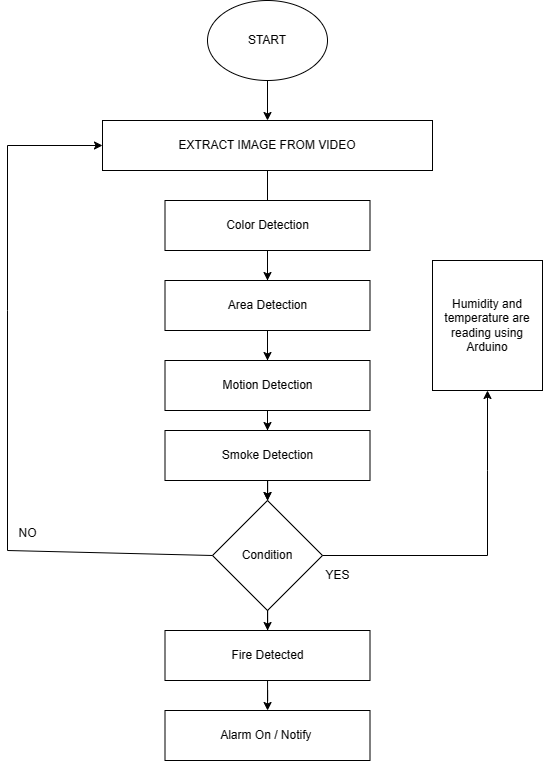
The draw.io diagram Flowchart/fire-detect-flow.drawio.png in NZodasic/Flow_chart_learning, before a commit. Source tidied: cells renumbered, new cells last; positions are measured from the earlier drawing's top-left corner, leaving out a move shared by most shapes.
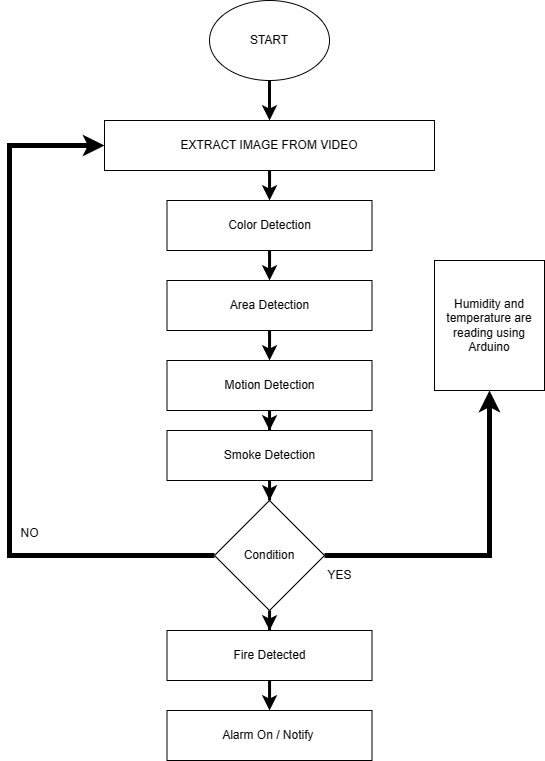
Above is the later version.

The edit, as a diff of the source:
```diff
@@ -2,43 +2,43 @@
   <root>
     <mxCell id="0" />
     <mxCell id="1" parent="0" />
-    <mxCell id="2" style="edgeStyle=orthogonalEdgeStyle;rounded=0;jettySize=auto;html=1;" parent="1" edge="1" source="3" target="5">
+    <mxCell id="2" style="edgeStyle=orthogonalEdgeStyle;rounded=0;jettySize=auto;html=1;strokeWidth=3;" parent="1" edge="1" source="3" target="5">
       <mxGeometry relative="1" as="geometry" />
     </mxCell>
     <mxCell id="3" value="START" style="ellipse;whiteSpace=wrap;html=1;" parent="1" vertex="1">
       <mxGeometry x="200" width="120" height="80" as="geometry" />
     </mxCell>
-    <mxCell id="4" style="edgeStyle=orthogonalEdgeStyle;rounded=0;jettySize=auto;html=1;" parent="1" edge="1" source="5" target="9">
-      <mxGeometry relative="1" as="geometry" />
-    </mxCell>
+    <mxCell id="24" style="edgeStyle=orthogonalEdgeStyle;rounded=0;jettySize=auto;html=1;entryX=0.5;entryY=0;entryDx=0;entryDy=0;strokeWidth=3;" parent="1" edge="1" source="5" target="7">
+      <mxGeometry relative="1" as="geometry" />
+    </mxCell>
     <mxCell id="5" value="EXTRACT IMAGE FROM VIDEO" style="rounded=0;whiteSpace=wrap;html=1;" parent="1" vertex="1">
       <mxGeometry x="95" y="120" width="330" height="50" as="geometry" />
     </mxCell>
-    <mxCell id="6" style="edgeStyle=orthogonalEdgeStyle;rounded=0;jettySize=auto;html=1;" parent="1" edge="1" source="7" target="11">
-      <mxGeometry relative="1" as="geometry" />
-    </mxCell>
+    <mxCell id="25" style="edgeStyle=orthogonalEdgeStyle;rounded=0;jettySize=auto;html=1;entryX=0.5;entryY=0;entryDx=0;entryDy=0;strokeWidth=3;" parent="1" edge="1" source="7" target="9">
+      <mxGeometry relative="1" as="geometry" />
+    </mxCell>
     <mxCell id="7" value="Color Detection" style="rounded=0;whiteSpace=wrap;html=1;" parent="1" vertex="1">
       <mxGeometry x="157.5" y="200" width="205" height="50" as="geometry" />
     </mxCell>
-    <mxCell id="8" style="edgeStyle=orthogonalEdgeStyle;rounded=0;jettySize=auto;html=1;" parent="1" edge="1" source="9" target="13">
-      <mxGeometry relative="1" as="geometry" />
-    </mxCell>
+    <mxCell id="26" style="edgeStyle=orthogonalEdgeStyle;rounded=0;jettySize=auto;html=1;entryX=0.5;entryY=0;entryDx=0;entryDy=0;strokeWidth=3;" parent="1" edge="1" source="9" target="11">
+      <mxGeometry relative="1" as="geometry" />
+    </mxCell>
     <mxCell id="9" value="Area Detection" style="rounded=0;whiteSpace=wrap;html=1;" parent="1" vertex="1">
       <mxGeometry x="157.5" y="280" width="205" height="50" as="geometry" />
     </mxCell>
-    <mxCell id="10" style="edgeStyle=orthogonalEdgeStyle;rounded=0;jettySize=auto;html=1;" parent="1" edge="1" source="11" target="15">
-      <mxGeometry relative="1" as="geometry" />
-    </mxCell>
+    <mxCell id="27" style="edgeStyle=orthogonalEdgeStyle;rounded=0;jettySize=auto;html=1;entryX=0.5;entryY=0;entryDx=0;entryDy=0;strokeWidth=3;" parent="1" edge="1" source="11" target="13">
+      <mxGeometry relative="1" as="geometry" />
+    </mxCell>
     <mxCell id="11" value="Motion Detection" style="rounded=0;whiteSpace=wrap;html=1;" parent="1" vertex="1">
       <mxGeometry x="157.5" y="360" width="205" height="50" as="geometry" />
     </mxCell>
-    <mxCell id="12" style="edgeStyle=orthogonalEdgeStyle;rounded=0;jettySize=auto;html=1;" parent="1" edge="1" source="13" target="15">
+    <mxCell id="12" style="edgeStyle=orthogonalEdgeStyle;rounded=0;jettySize=auto;html=1;strokeWidth=3;" parent="1" edge="1" source="13" target="15">
       <mxGeometry relative="1" as="geometry" />
     </mxCell>
     <mxCell id="13" value="Smoke Detection" style="rounded=0;whiteSpace=wrap;html=1;" parent="1" vertex="1">
       <mxGeometry x="157.5" y="430" width="205" height="50" as="geometry" />
     </mxCell>
-    <mxCell id="14" style="edgeStyle=orthogonalEdgeStyle;rounded=0;jettySize=auto;html=1;" parent="1" edge="1" source="19" target="16">
+    <mxCell id="14" style="edgeStyle=orthogonalEdgeStyle;rounded=0;jettySize=auto;html=1;strokeWidth=3;" parent="1" edge="1" source="19" target="16">
       <mxGeometry relative="1" as="geometry" />
     </mxCell>
     <mxCell id="15" value="Condition" style="rhombus;whiteSpace=wrap;html=1;" parent="1" vertex="1">
@@ -50,22 +50,22 @@
     <mxCell id="17" value="Humidity and temperature are reading using Arduino" style="rounded=0;whiteSpace=wrap;html=1;" parent="1" vertex="1">
       <mxGeometry x="425" y="260" width="110" height="130" as="geometry" />
     </mxCell>
-    <mxCell id="18" style="edgeStyle=orthogonalEdgeStyle;rounded=0;jettySize=auto;html=1;" parent="1" edge="1" source="15" target="19">
+    <mxCell id="18" style="edgeStyle=orthogonalEdgeStyle;rounded=0;jettySize=auto;html=1;strokeWidth=3;" parent="1" edge="1" source="15" target="19">
       <mxGeometry relative="1" as="geometry" />
     </mxCell>
     <mxCell id="19" value="Fire Detected" style="rounded=0;whiteSpace=wrap;html=1;" parent="1" vertex="1">
       <mxGeometry x="157.5" y="630" width="205" height="50" as="geometry" />
     </mxCell>
-    <mxCell id="20" style="endArrow=classic;html=1;rounded=0;exitX=0;exitY=0.5;exitDx=0;exitDy=0;entryX=0;entryY=0.5;entryDx=0;entryDy=0;" parent="1" edge="1" source="15" target="5">
+    <mxCell id="20" style="endArrow=classic;html=1;rounded=0;exitX=0;exitY=0.5;exitDx=0;exitDy=0;entryX=0;entryY=0.5;entryDx=0;entryDy=0;fillColor=#fff2cc;strokeColor=#000000;strokeWidth=5;" parent="1" edge="1" source="15" target="5">
       <mxGeometry relative="1" as="geometry">
         <Array as="points">
-          <mxPoint y="550" />
+          <mxPoint y="555" />
           <mxPoint y="310" />
           <mxPoint y="145" />
         </Array>
       </mxGeometry>
     </mxCell>
-    <mxCell id="21" style="endArrow=classic;html=1;rounded=0;exitX=1;exitY=0.5;exitDx=0;exitDy=0;entryX=0.5;entryY=1;entryDx=0;entryDy=0;" parent="1" edge="1" source="15" target="17">
+    <mxCell id="21" style="endArrow=classic;html=1;rounded=0;exitX=1;exitY=0.5;exitDx=0;exitDy=0;entryX=0.5;entryY=1;entryDx=0;entryDy=0;strokeWidth=5;" parent="1" edge="1" source="15" target="17">
       <mxGeometry relative="1" as="geometry">
         <Array as="points">
           <mxPoint x="480" y="555" />
```
